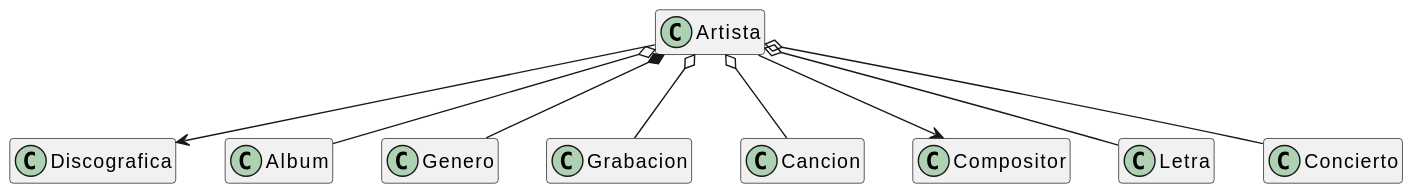
Above: entregas/garciaRaul/images/dominio.svg in mmasias/25-26-IDSW2 (PlantUML), before the change.
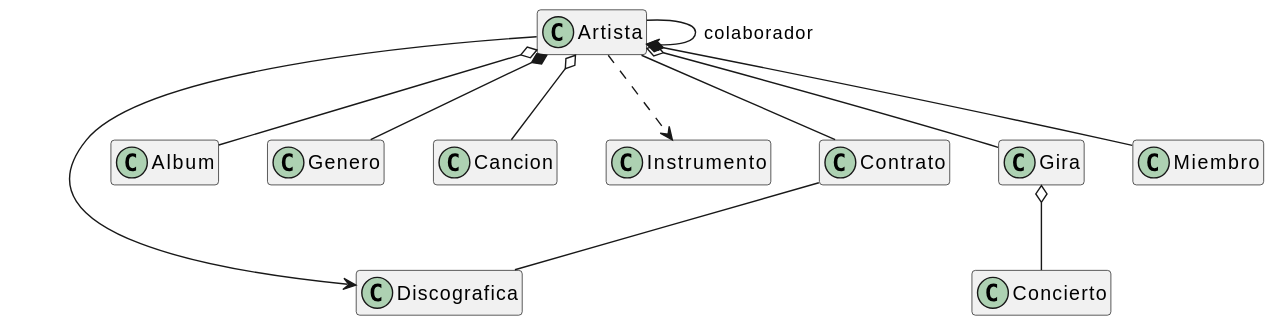
After the change.

Commit message:
Rediseño del UML y primera aproximación a traducción a código

The edit, as a diff of the source:
```diff
@@ -1,39 +1,27 @@
 @startuml
 hide empty members
 
-class Artista {
-}
+class Artista
+class Discografica
+class Album
+class Genero
+class Cancion
+class Instrumento
+class Contrato
+class Concierto
+class Gira
+class Miembro
 
-class Discografica {
-}
-
-class Album {
-}
-
-class Genero {
-}
-
-class Grabacion {
-}
-
-class Cancion {
-}
-
-class Compositor {
-}
-
-class Letra {
-}
-
-class Concierto {
-}
 
 Artista *-- Genero
 Artista o-- Album
-Artista o-- Concierto
-Artista o-- Grabacion
 Artista o-- Cancion
-Artista o-- Letra
 Artista --> Discografica
-Artista --> Compositor
+Artista --> Artista : colaborador
+Artista ..> Instrumento
+Artista *-- Miembro
+Artista o-- Gira
+Gira o-- Concierto
+Artista -- Contrato
+Contrato -- Discografica
 @enduml
```
